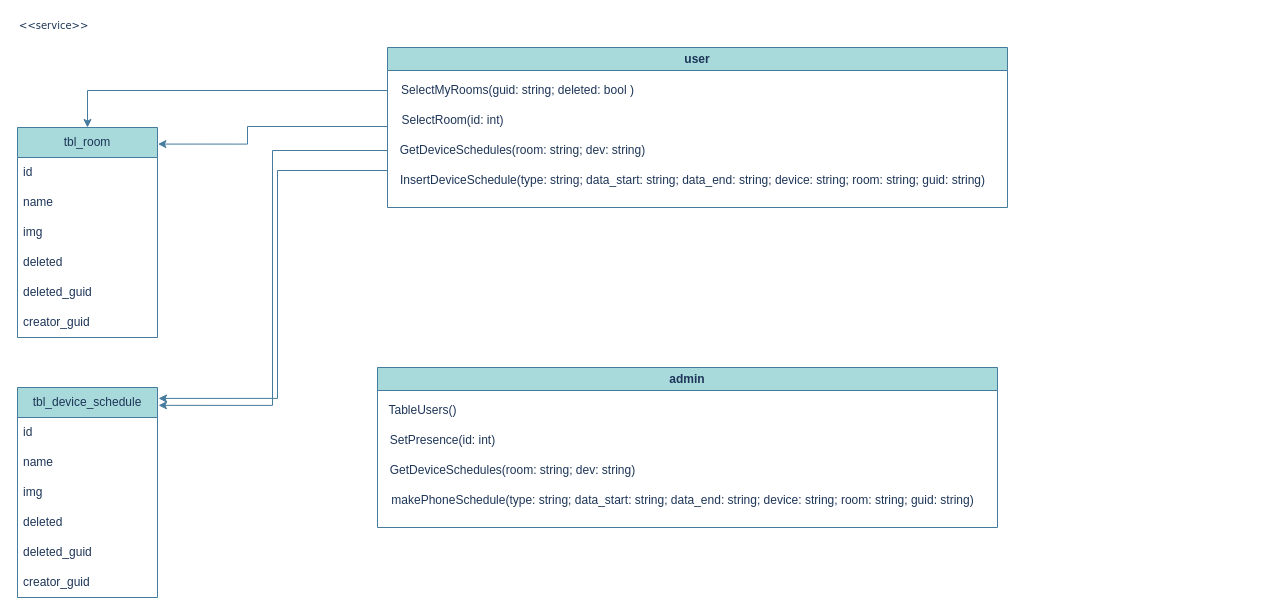
Earlier version of the draw.io diagram coolwork/Coolwork.drawio (daniloevolz/innovaphone). Source tidied: cells renumbered, new cells numbered last; positions are measured from the earlier drawing's top-left corner, leaving out a move shared by most shapes. Both pictures are drawn from the tidied source at 100%, with x=0, y=0 at pixel (17, 17).
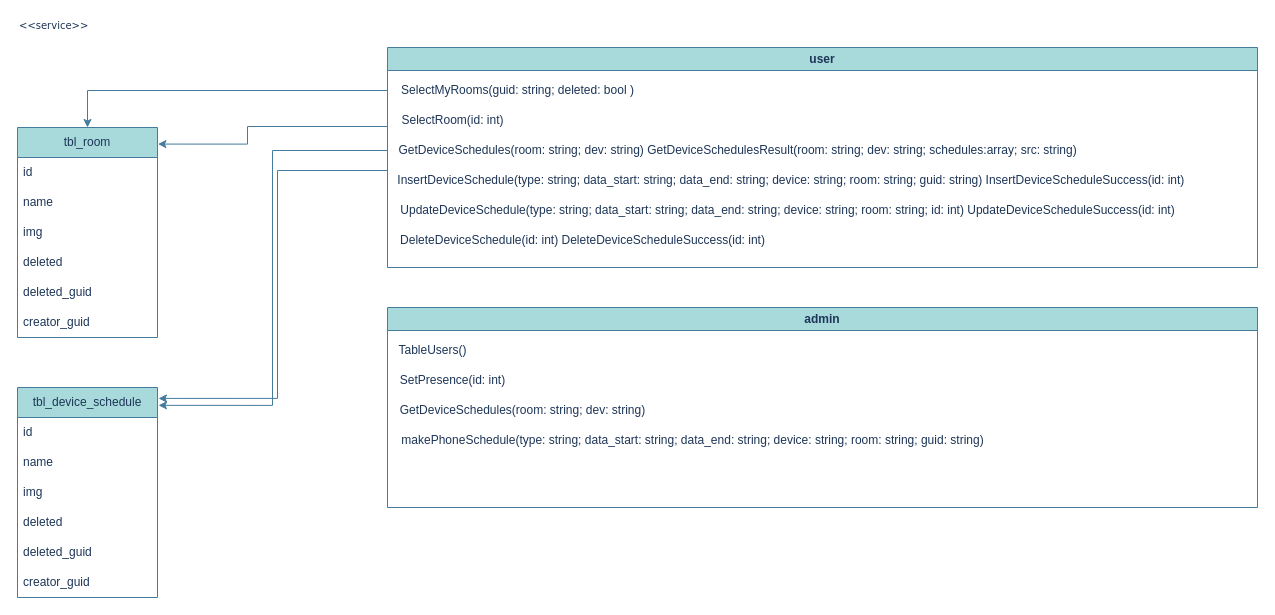
Above is the later version.

Change to the diagram source:
```diff
@@
     <mxCell id="17" value="admin" style="swimlane;whiteSpace=wrap;html=1;fillColor=#A8DADC;strokeColor=#457B9D;labelBackgroundColor=none;fontColor=#1D3557;" parent="1" vertex="1">
-      <mxGeometry x="360" y="350" width="620" height="160" as="geometry" />
+      <mxGeometry x="370" y="290" width="870" height="200" as="geometry" />
     </mxCell>
@@
     <mxCell id="22" value="user" style="swimlane;whiteSpace=wrap;html=1;fillColor=#A8DADC;strokeColor=#457B9D;labelBackgroundColor=none;fontColor=#1D3557;" parent="1" vertex="1">
-      <mxGeometry x="370" y="30" width="620" height="160" as="geometry" />
+      <mxGeometry x="370" y="30" width="870" height="220" as="geometry" />
     </mxCell>
@@
-    <mxCell id="25" value="GetDeviceSchedules(room: string; dev: string)" style="text;html=1;align=center;verticalAlign=middle;points=[];strokeColor=none;fillColor=none;labelBackgroundColor=none;fontColor=#1D3557;" parent="22" vertex="1">
-      <mxGeometry y="88" width="270" height="30" as="geometry" />
+    <mxCell id="25" value="GetDeviceSchedules(room: string; dev: string)&amp;nbsp;GetDeviceSchedulesResult(room: string; dev: string; schedules:array; src: string)" style="text;html=1;align=center;verticalAlign=middle;points=[];strokeColor=none;fillColor=none;labelBackgroundColor=none;fontColor=#1D3557;" parent="22" vertex="1">
+      <mxGeometry y="88" width="700" height="30" as="geometry" />
     </mxCell>
-    <mxCell id="26" value="InsertDeviceSchedule(type: string; data_start: string; data_end: string; device: string; room: string; guid: string)" style="text;html=1;align=center;verticalAlign=middle;points=[];strokeColor=none;fillColor=none;labelBackgroundColor=none;fontColor=#1D3557;" parent="22" vertex="1">
-      <mxGeometry y="118" width="610" height="30" as="geometry" />
+    <mxCell id="26" value="InsertDeviceSchedule(type: string; data_start: string; data_end: string; device: string; room: string; guid: string) InsertDeviceScheduleSuccess(id: int)&amp;nbsp;" style="text;html=1;align=center;verticalAlign=middle;points=[];strokeColor=none;fillColor=none;labelBackgroundColor=none;fontColor=#1D3557;" parent="22" vertex="1">
+      <mxGeometry y="118" width="810" height="30" as="geometry" />
     </mxCell>
+    <mxCell id="31" value="UpdateDeviceSchedule(type: string; data_start: string; data_end: string; device: string; room: string; id: int) UpdateDeviceScheduleSuccess(id: int)" style="text;html=1;align=center;verticalAlign=middle;strokeColor=none;fillColor=none;labelBackgroundColor=none;fontColor=#1D3557;" parent="22" vertex="1">
+      <mxGeometry y="148" width="800" height="30" as="geometry" />
+    </mxCell>
+    <mxCell id="32" value="DeleteDeviceSchedule(id: int) DeleteDeviceScheduleSuccess(id: int)" style="text;html=1;align=center;verticalAlign=middle;strokeColor=none;fillColor=none;labelBackgroundColor=none;fontColor=#1D3557;" parent="22" vertex="1">
+      <mxGeometry y="178" width="390" height="30" as="geometry" />
+    </mxCell>
```
